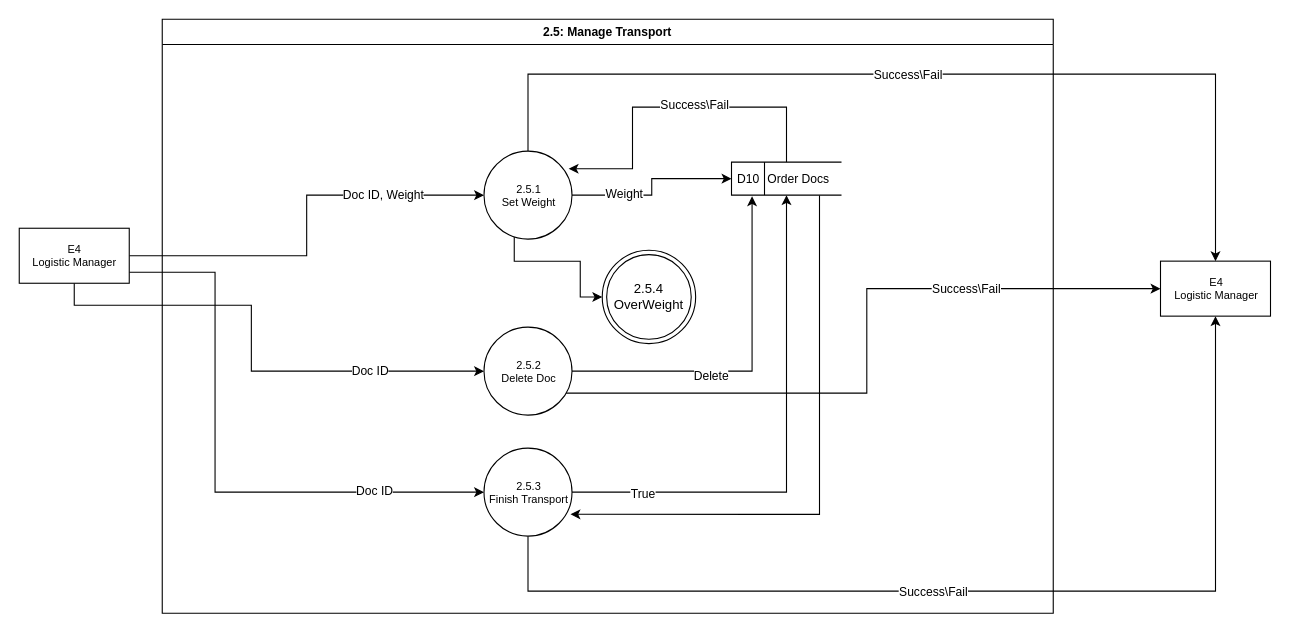
Naveavra/Market keeps this draw.io diagram as page "2.5" (5 of 7) of docs/DFD/DFDTransport_Updated.drawio. Above is the earlier version. Source tidied: cells renumbered, new cells numbered last; positions are measured from the earlier drawing's top-left corner, leaving out a move shared by most shapes. Both pictures are drawn from the tidied source at 110%, with x=0, y=0 at pixel (19, 19).
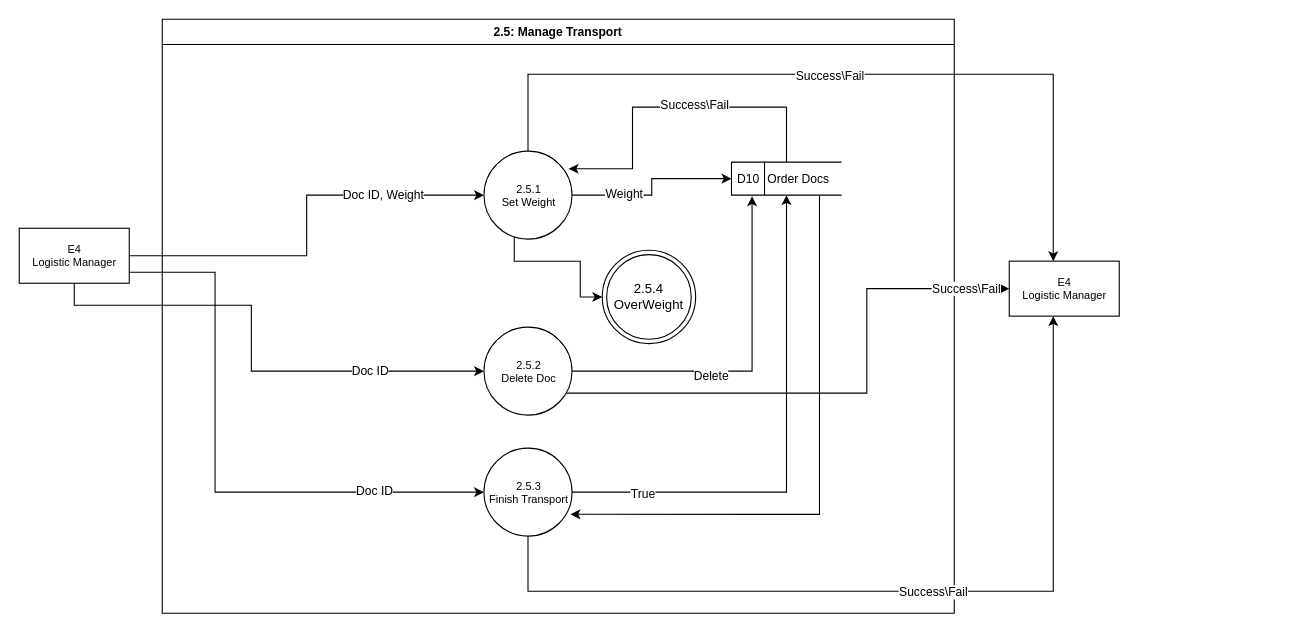
After the change.

Unchanged cells that the change refers to:
```xml
<mxCell id="12" value="2.5.1&lt;br&gt;Set Weight" style="shape=ellipse;html=1;dashed=0;whitespace=wrap;perimeter=ellipsePerimeter;fontSize=10;" parent="1" vertex="1">
  <mxGeometry x="422.5" y="119.9" width="80" height="80" as="geometry" />
</mxCell>
<mxCell id="21" value="2.5.3&lt;br&gt;Finish Transport" style="shape=ellipse;html=1;dashed=0;whitespace=wrap;perimeter=ellipsePerimeter;fontSize=10;" parent="1" vertex="1">
  <mxGeometry x="422.5" y="389.9" width="80" height="80" as="geometry" />
</mxCell>
```

Diff of the diagram source:
```diff
@@
-    <mxCell id="9" style="edgeStyle=orthogonalEdgeStyle;rounded=0;jettySize=auto;html=1;entryX=0.5;entryY=0;entryDx=0;entryDy=0;fontSize=11;" parent="1" edge="1" source="12" target="26">
+    <mxCell id="9" style="edgeStyle=orthogonalEdgeStyle;rounded=0;jettySize=auto;html=1;fontSize=11;" parent="1" edge="1" source="12" target="26">
       <mxGeometry relative="1" as="geometry">
         <Array as="points">
-          <mxPoint x="462.5" y="49.9" />
-          <mxPoint x="1087.5" y="49.9" />
+          <mxPoint x="463" y="50" />
+          <mxPoint x="940" y="50" />
         </Array>
       </mxGeometry>
     </mxCell>
@@
-    <mxCell id="20" style="edgeStyle=orthogonalEdgeStyle;rounded=0;jettySize=auto;html=1;entryX=0.5;entryY=1;entryDx=0;entryDy=0;fontSize=11;" parent="1" edge="1" source="21" target="26">
+    <mxCell id="20" style="edgeStyle=orthogonalEdgeStyle;rounded=0;jettySize=auto;html=1;fontSize=11;" parent="1" edge="1" source="21" target="26">
       <mxGeometry relative="1" as="geometry">
         <Array as="points">
-          <mxPoint x="462.5" y="519.9" />
-          <mxPoint x="1087.5" y="519.9" />
+          <mxPoint x="463" y="520" />
+          <mxPoint x="940" y="520" />
         </Array>
       </mxGeometry>
     </mxCell>
@@
     <mxCell id="26" value="E4&lt;br&gt;Logistic Manager" style="html=1;dashed=0;whitespace=wrap;fontSize=10;" parent="1" vertex="1">
-      <mxGeometry x="1037.5" y="219.9" width="100" height="50" as="geometry" />
+      <mxGeometry x="900" y="219.9" width="100" height="50" as="geometry" />
     </mxCell>
@@
     <mxCell id="29" value="2.5: Manage Transport" style="swimlane;fontSize=11;" parent="1" vertex="1">
-      <mxGeometry x="130" width="810" height="540" as="geometry" />
+      <mxGeometry x="130" width="720" height="540" as="geometry" />
     </mxCell>
```
